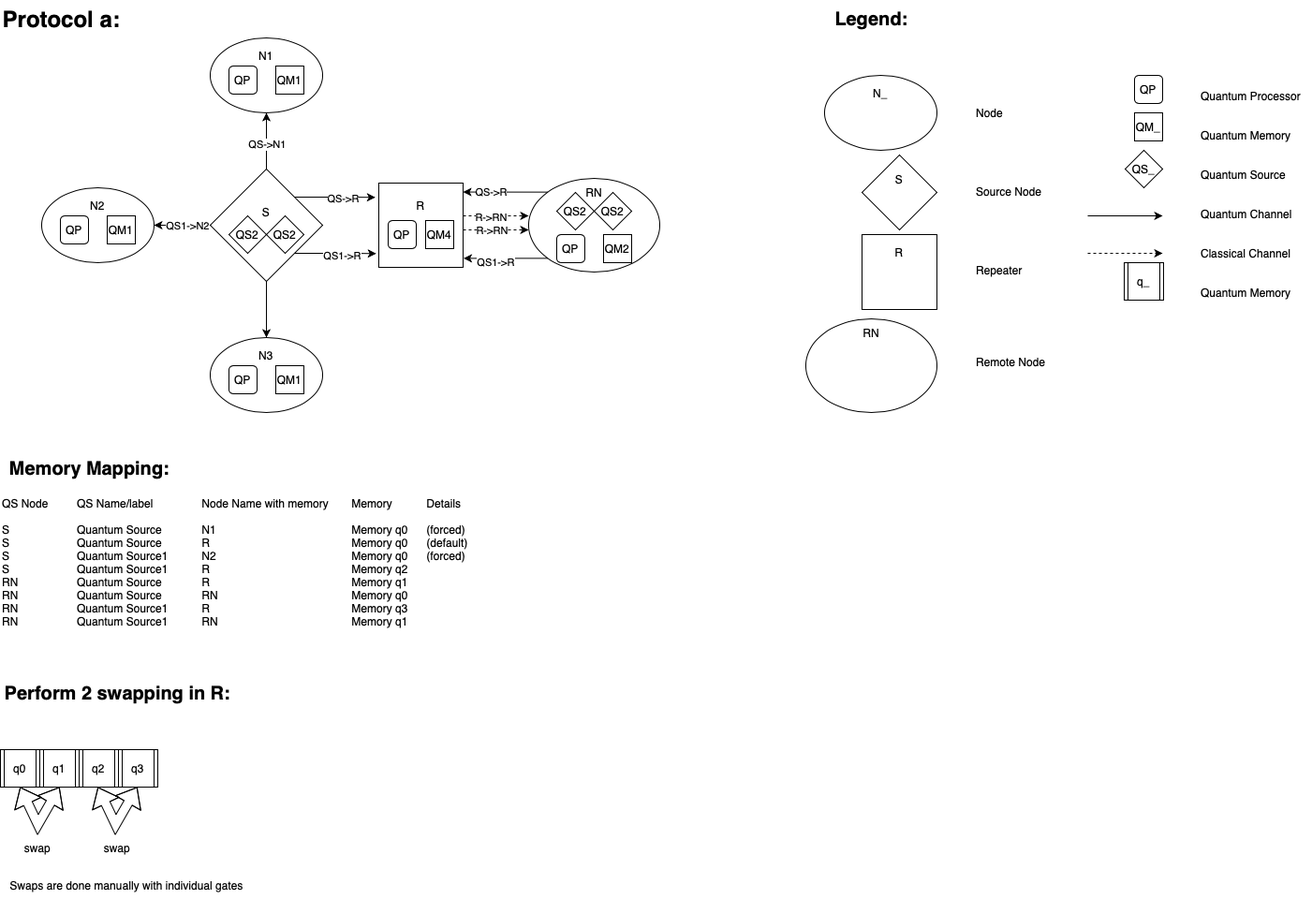
The draw.io diagram docs/protocol-a.drawio.png in 4coding4/extended-quantum-network, before a commit. Source tidied: cells renumbered, new cells last; positions are measured from the earlier drawing's top-left corner, leaving out a move shared by most shapes.
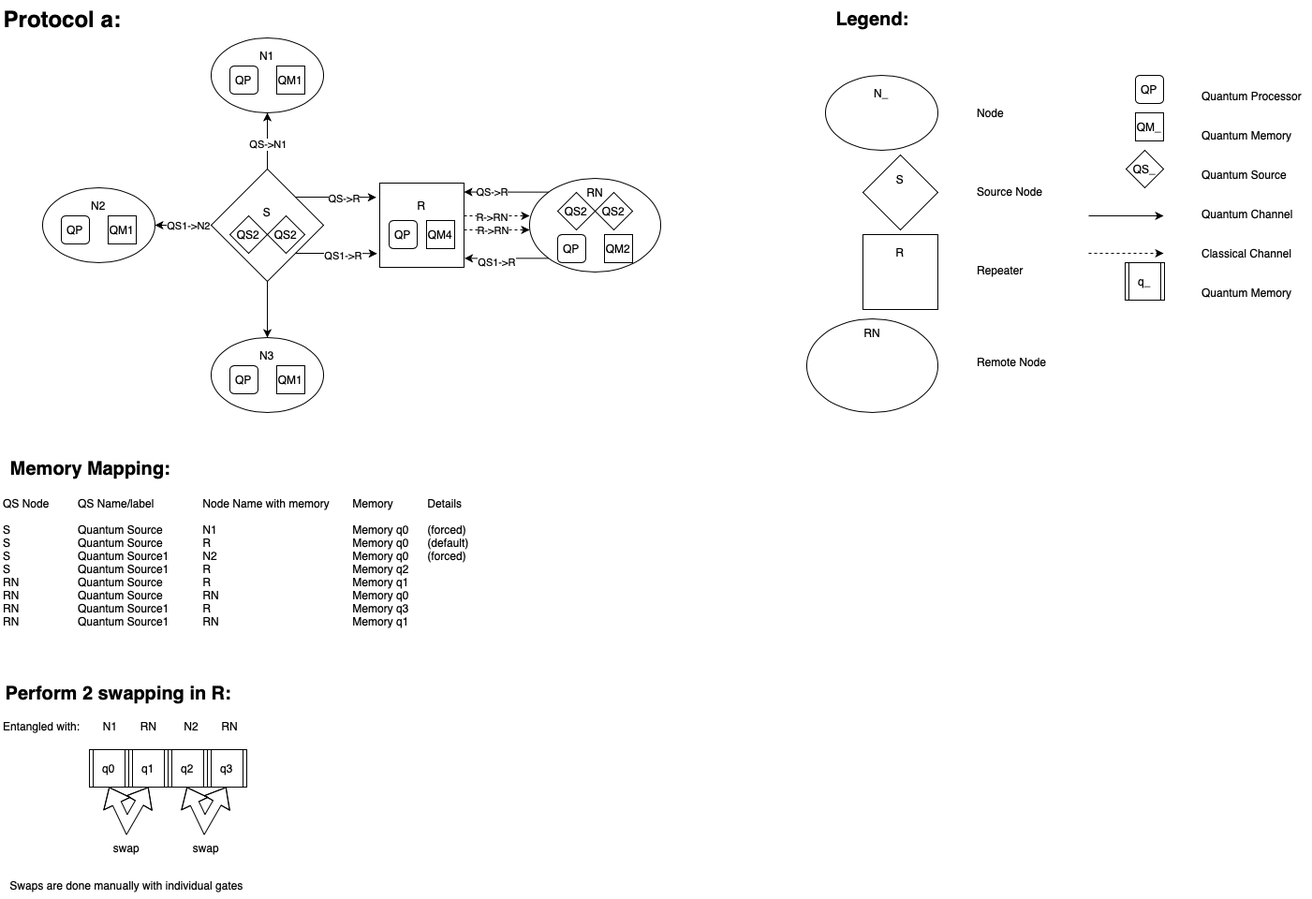
After the change.

Commit message:
diagram added entangled w node in swapping

The edit, as a diff of the source:
```diff
@@ -187,44 +187,47 @@
       <mxGeometry x="1200" y="280" width="42" height="40" as="geometry" />
     </mxCell>
     <mxCell id="56" value="q0" style="shape=process;whiteSpace=wrap;html=1;backgroundOutline=1;" parent="1" vertex="1">
-      <mxGeometry y="800" width="42" height="40" as="geometry" />
+      <mxGeometry x="94" y="800" width="42" height="40" as="geometry" />
     </mxCell>
     <mxCell id="57" value="q1" style="shape=process;whiteSpace=wrap;html=1;backgroundOutline=1;" parent="1" vertex="1">
-      <mxGeometry x="42" y="800" width="42" height="40" as="geometry" />
+      <mxGeometry x="136" y="800" width="42" height="40" as="geometry" />
     </mxCell>
     <mxCell id="58" value="q2" style="shape=process;whiteSpace=wrap;html=1;backgroundOutline=1;" parent="1" vertex="1">
-      <mxGeometry x="84" y="800" width="42" height="40" as="geometry" />
+      <mxGeometry x="178" y="800" width="42" height="40" as="geometry" />
     </mxCell>
     <mxCell id="59" value="q3" style="shape=process;whiteSpace=wrap;html=1;backgroundOutline=1;" parent="1" vertex="1">
-      <mxGeometry x="126" y="800" width="42" height="40" as="geometry" />
+      <mxGeometry x="220" y="800" width="42" height="40" as="geometry" />
     </mxCell>
     <mxCell id="60" style="shape=flexArrow;endArrow=classic;startArrow=classic;html=1;rounded=0;entryX=0.5;entryY=1;entryDx=0;entryDy=0;exitX=0.5;exitY=1;exitDx=0;exitDy=0;" parent="1" edge="1" source="56" target="57">
       <mxGeometry relative="1" as="geometry">
         <Array as="points">
-          <mxPoint x="40" y="880" />
+          <mxPoint x="134" y="880" />
         </Array>
       </mxGeometry>
     </mxCell>
     <mxCell id="61" style="shape=flexArrow;endArrow=classic;startArrow=classic;html=1;rounded=0;entryX=0.5;entryY=1;entryDx=0;entryDy=0;exitX=0.5;exitY=1;exitDx=0;exitDy=0;" parent="1" edge="1">
       <mxGeometry relative="1" as="geometry">
-        <mxPoint x="104" y="840" as="sourcePoint" />
-        <mxPoint x="146" y="840" as="targetPoint" />
+        <mxPoint x="198" y="840" as="sourcePoint" />
+        <mxPoint x="240" y="840" as="targetPoint" />
         <Array as="points">
-          <mxPoint x="123" y="880" />
+          <mxPoint x="217" y="880" />
         </Array>
       </mxGeometry>
     </mxCell>
     <mxCell id="62" value="swap" style="text;html=1;align=center;verticalAlign=middle;whiteSpace=wrap;rounded=0;" parent="1" vertex="1">
-      <mxGeometry x="10" y="890" width="60" height="30" as="geometry" />
+      <mxGeometry x="104" y="890" width="60" height="30" as="geometry" />
     </mxCell>
     <mxCell id="63" value="swap" style="text;html=1;align=center;verticalAlign=middle;whiteSpace=wrap;rounded=0;" parent="1" vertex="1">
-      <mxGeometry x="95" y="890" width="60" height="30" as="geometry" />
+      <mxGeometry x="189" y="890" width="60" height="30" as="geometry" />
     </mxCell>
     <mxCell id="64" value="Swaps are done manually with individual gates" style="text;html=1;align=center;verticalAlign=middle;whiteSpace=wrap;rounded=0;" parent="1" vertex="1">
-      <mxGeometry y="930" width="270" height="30" as="geometry" />
+      <mxGeometry x="-1" y="930" width="270" height="30" as="geometry" />
     </mxCell>
     <mxCell id="65" value="&lt;div&gt;QS Node&lt;span style=&quot;white-space: pre;&quot;&gt;&#9;&#9;QS Name/label&#9;&#9;Node Name with memory&#9;Memory&#9;&#9;Details&lt;/span&gt;&lt;br&gt;&lt;/div&gt;&lt;div&gt;&lt;span style=&quot;white-space: pre;&quot;&gt;&lt;br&gt;&lt;/span&gt;&lt;/div&gt;S&lt;span style=&quot;white-space: pre;&quot;&gt;&#9;&lt;/span&gt;&lt;span style=&quot;white-space: pre;&quot;&gt;&#9;&lt;/span&gt;&lt;span style=&quot;white-space: pre;&quot;&gt;&#9;Quantum Source&lt;span style=&quot;white-space: pre;&quot;&gt;&#9;&lt;/span&gt;&lt;span style=&quot;white-space: pre;&quot;&gt;&#9;&lt;/span&gt;&lt;span style=&quot;white-space: pre;&quot;&gt;N1 &lt;span style=&quot;white-space: pre;&quot;&gt;&#9;&lt;span style=&quot;white-space: pre;&quot;&gt;&#9;&lt;span style=&quot;white-space: pre;&quot;&gt;&#9;&lt;/span&gt;&lt;span style=&quot;white-space: pre;&quot;&gt;&#9;&lt;/span&gt;&lt;span style=&quot;white-space: pre;&quot;&gt;&#9;&lt;/span&gt;&lt;span style=&quot;white-space: pre;&quot;&gt;&#9;&lt;/span&gt;&lt;/span&gt;&lt;/span&gt;Memory q0 &lt;span style=&quot;white-space: pre;&quot;&gt;&#9;&lt;/span&gt;(forced)&lt;br&gt;&lt;/span&gt;&lt;/span&gt;&lt;div&gt;S&lt;span style=&quot;white-space: pre;&quot;&gt;&#9;&lt;/span&gt;&lt;span style=&quot;white-space: pre;&quot;&gt;&#9;&lt;/span&gt;&lt;span style=&quot;white-space: pre;&quot;&gt;&#9;Quantum Source&#9;&#9;R&lt;span style=&quot;white-space: pre;&quot;&gt;&#9;&lt;/span&gt;&lt;/span&gt;&lt;span style=&quot;white-space: pre;&quot;&gt;&lt;span style=&quot;white-space: pre;&quot;&gt; &lt;span style=&quot;white-space: pre;&quot;&gt;&#9;&lt;span style=&quot;white-space: pre;&quot;&gt;&#9;&lt;/span&gt;&lt;span style=&quot;white-space: pre;&quot;&gt;&#9;&lt;/span&gt;&lt;span style=&quot;white-space: pre;&quot;&gt;&#9;&lt;/span&gt;&lt;span style=&quot;white-space: pre;&quot;&gt;&#9;&lt;/span&gt;&lt;/span&gt;Memory q0  &lt;span style=&quot;white-space: pre;&quot;&gt;&#9;&lt;/span&gt;(default)&lt;/span&gt;&lt;/span&gt;&lt;/div&gt;&lt;div&gt;S&lt;span style=&quot;white-space: pre;&quot;&gt;&#9;&lt;/span&gt;&lt;span style=&quot;white-space: pre;&quot;&gt;&#9;&lt;/span&gt;&lt;span style=&quot;white-space: pre;&quot;&gt;&#9;Quantum Source1&#9;&#9;N2 &#9;&lt;span style=&quot;white-space: pre;&quot;&gt;&#9;&lt;span style=&quot;white-space: pre;&quot;&gt;&#9;&lt;/span&gt;&lt;span style=&quot;white-space: pre;&quot;&gt;&#9;&lt;/span&gt;&lt;span style=&quot;white-space: pre;&quot;&gt;&#9;&lt;/span&gt;&lt;span style=&quot;white-space: pre;&quot;&gt;&#9;&lt;/span&gt;&lt;/span&gt;Memory q0 &#9;(forced)&lt;br&gt;&lt;/span&gt;&lt;div&gt;S&lt;span style=&quot;white-space: pre;&quot;&gt;&#9;&lt;/span&gt;&lt;span style=&quot;white-space: pre;&quot;&gt;&#9;&lt;/span&gt;&lt;span style=&quot;white-space: pre;&quot;&gt;&#9;Quantum Source1&#9;&#9;R&#9;&lt;/span&gt;&lt;span style=&quot;white-space: pre;&quot;&gt; &lt;span style=&quot;white-space: pre;&quot;&gt;&#9;&lt;span style=&quot;white-space: pre;&quot;&gt;&#9;&lt;/span&gt;&lt;span style=&quot;white-space: pre;&quot;&gt;&#9;&lt;/span&gt;&lt;span style=&quot;white-space: pre;&quot;&gt;&#9;&lt;/span&gt;&lt;span style=&quot;white-space: pre;&quot;&gt;&#9;&lt;/span&gt;&lt;/span&gt;Memory q2 &lt;span style=&quot;white-space: pre;&quot;&gt;&#9;&lt;/span&gt;&lt;/span&gt;&lt;/div&gt;&lt;/div&gt;&lt;div&gt;RN&lt;span style=&quot;white-space: pre;&quot;&gt;&#9;&lt;/span&gt;&lt;span style=&quot;white-space: pre;&quot;&gt;&#9;&lt;/span&gt;&lt;span style=&quot;white-space: pre;&quot;&gt;&#9;Quantum Source&#9;&#9;R &#9;&lt;span style=&quot;white-space: pre;&quot;&gt;&#9;&lt;span style=&quot;white-space: pre;&quot;&gt;&#9;&lt;/span&gt;&lt;span style=&quot;white-space: pre;&quot;&gt;&#9;&lt;/span&gt;&lt;span style=&quot;white-space: pre;&quot;&gt;&#9;&lt;/span&gt;&lt;span style=&quot;white-space: pre;&quot;&gt;&#9;&lt;/span&gt;&lt;/span&gt;Memory q1 &#9;&lt;br&gt;&lt;/span&gt;&lt;div&gt;RN&lt;span style=&quot;white-space: pre;&quot;&gt;&#9;&lt;/span&gt;&lt;span style=&quot;white-space: pre;&quot;&gt;&#9;&lt;/span&gt;&lt;span style=&quot;white-space: pre;&quot;&gt;&#9;Quantum Source&#9;&#9;RN&#9;&lt;/span&gt;&lt;span style=&quot;white-space: pre;&quot;&gt; &lt;span style=&quot;white-space: pre;&quot;&gt;&#9;&lt;span style=&quot;white-space: pre;&quot;&gt;&#9;&lt;/span&gt;&lt;span style=&quot;white-space: pre;&quot;&gt;&#9;&lt;/span&gt;&lt;span style=&quot;white-space: pre;&quot;&gt;&#9;&lt;/span&gt;&lt;span style=&quot;white-space: pre;&quot;&gt;&#9;&lt;/span&gt;&lt;/span&gt;Memory q0  &#9;&lt;/span&gt;&lt;/div&gt;&lt;div&gt;RN&lt;span style=&quot;white-space: pre;&quot;&gt;&#9;&lt;/span&gt;&lt;span style=&quot;white-space: pre;&quot;&gt;&#9;&lt;/span&gt;&lt;span style=&quot;white-space: pre;&quot;&gt;&#9;Quantum Source1&#9;&#9;R &#9;&lt;span style=&quot;white-space: pre;&quot;&gt;&#9;&lt;span style=&quot;white-space: pre;&quot;&gt;&#9;&lt;/span&gt;&lt;span style=&quot;white-space: pre;&quot;&gt;&#9;&lt;/span&gt;&lt;span style=&quot;white-space: pre;&quot;&gt;&#9;&lt;/span&gt;&lt;span style=&quot;white-space: pre;&quot;&gt;&#9;&lt;/span&gt;&lt;/span&gt;Memory q3&#9;&lt;br&gt;&lt;/span&gt;&lt;div&gt;RN&lt;span style=&quot;white-space: pre;&quot;&gt;&#9;&lt;/span&gt;&lt;span style=&quot;white-space: pre;&quot;&gt;&#9;&lt;/span&gt;&lt;span style=&quot;white-space: pre;&quot;&gt;&#9;Quantum Source1&#9;&#9;RN&#9;&lt;/span&gt;&lt;span style=&quot;white-space: pre;&quot;&gt; &lt;span style=&quot;white-space: pre;&quot;&gt;&#9;&lt;span style=&quot;white-space: pre;&quot;&gt;&#9;&lt;/span&gt;&lt;span style=&quot;white-space: pre;&quot;&gt;&#9;&lt;/span&gt;&lt;span style=&quot;white-space: pre;&quot;&gt;&#9;&lt;/span&gt;&lt;span style=&quot;white-space: pre;&quot;&gt;&#9;&lt;/span&gt;&lt;/span&gt;Memory q1 &#9;&lt;/span&gt;&lt;/div&gt;&lt;/div&gt;&lt;/div&gt;" style="text;html=1;align=left;verticalAlign=middle;whiteSpace=wrap;rounded=0;" parent="1" vertex="1">
       <mxGeometry y="520" width="590" height="160" as="geometry" />
     </mxCell>
+    <mxCell id="66" value="Entangled with:&lt;span style=&quot;white-space: pre;&quot;&gt;&#9;N1&lt;span style=&quot;white-space: pre;&quot;&gt;&#9;    &lt;/span&gt;&lt;span style=&quot;white-space: pre;&quot;&gt;RN&lt;span style=&quot;white-space: pre;&quot;&gt;&#9;  &lt;/span&gt;&lt;span style=&quot;white-space: pre;&quot;&gt;N2&lt;span style=&quot;white-space: pre;&quot;&gt;&#9;      &lt;/span&gt;&lt;span style=&quot;white-space: pre;&quot;&gt;RN&lt;/span&gt;&lt;span style=&quot;white-space: pre;&quot;&gt;&#9;&lt;/span&gt;&lt;/span&gt;&lt;/span&gt;&lt;/span&gt;" style="text;html=1;align=left;verticalAlign=middle;whiteSpace=wrap;rounded=0;" parent="1" vertex="1">
+      <mxGeometry y="760" width="320" height="30" as="geometry" />
+    </mxCell>
   </root>
 </mxGraphModel>
```
